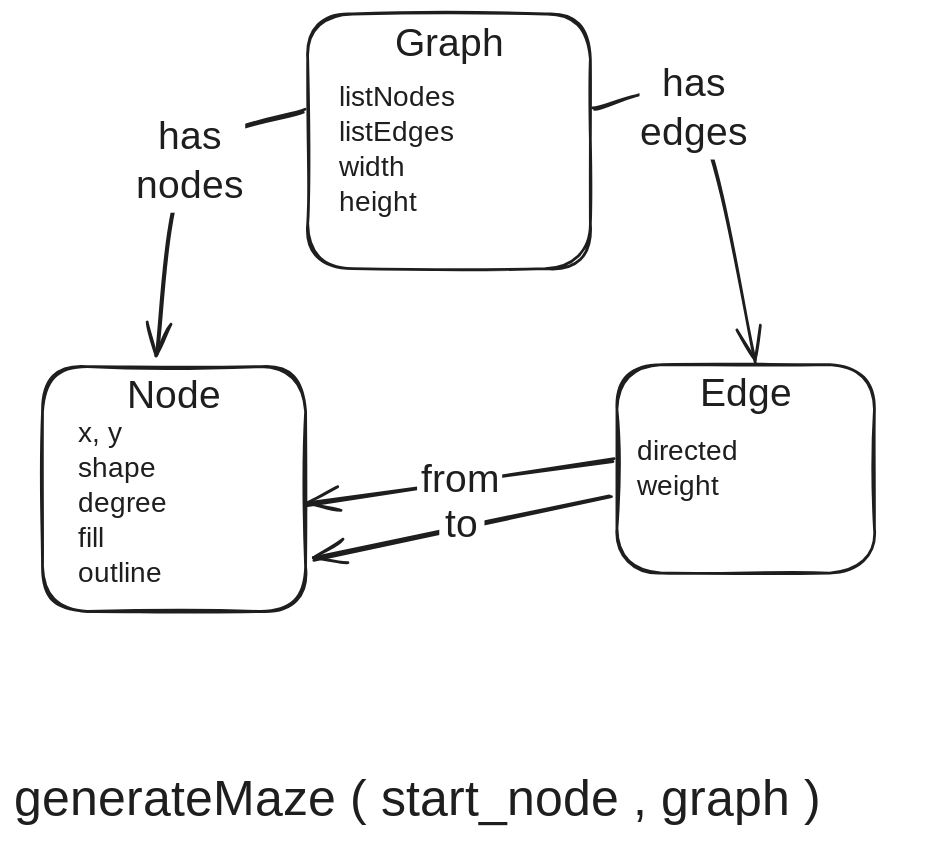
This is public/oop.excalidraw.svg from amarillion/slides-2026-assembly-mazes, a Excalidraw export, as it was before one commit. Source tidied: one line per element, renumbered; positions are measured from the earlier drawing's top-left corner, leaving out a move shared by most shapes.
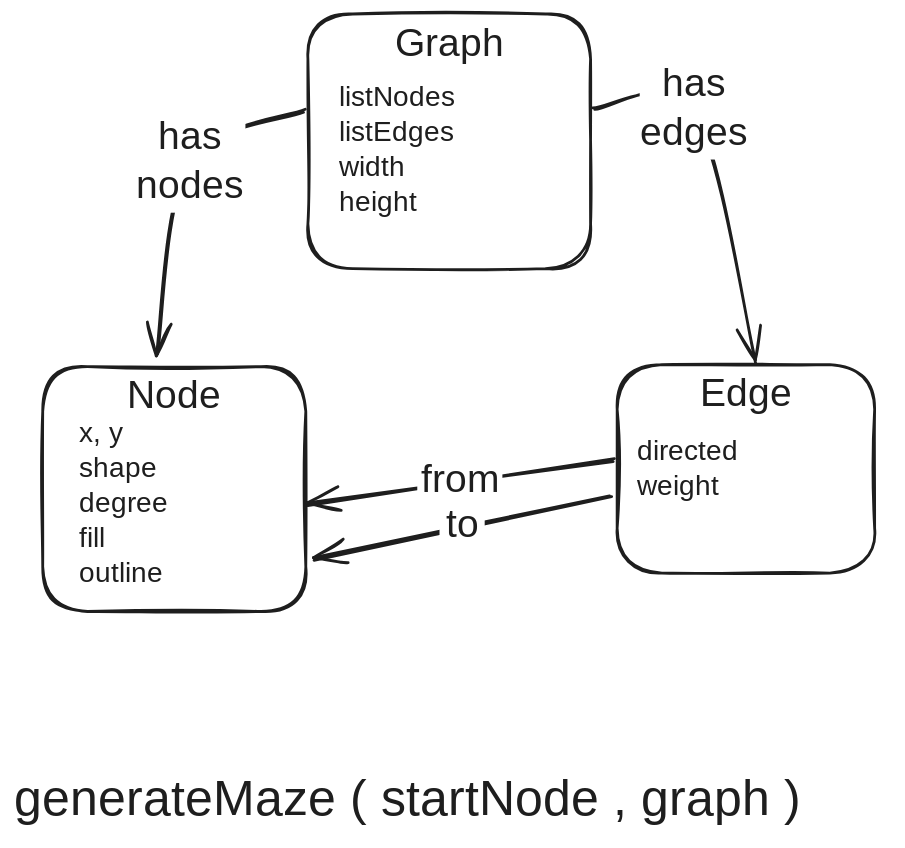
The same file after the commit.

Commit message:
Tweak programming examples

Diff of the diagram source:
```diff
@@ -15,4 +15,4 @@
 {"id": 14, "type": "text", "text": "listNodes\nlistEdges\nwidth\nheight", "strokeColor": "#1e1e1e", "strokeWidth": 2, "roughness": 1, "fontSize": 20, "fontFamily": 5, "verticalAlign": "middle", "x": 232, "y": 48, "width": 107, "height": 100}
 {"id": 15, "type": "text", "text": "x, y\nshape\ndegree\nfill\noutline ", "strokeColor": "#1e1e1e", "strokeWidth": 2, "roughness": 1, "fontSize": 20, "fontFamily": 5, "verticalAlign": "middle", "x": 46, "y": 288, "width": 73, "height": 125}
 {"id": 16, "type": "text", "text": "directed\nweight", "strokeColor": "#1e1e1e", "strokeWidth": 2, "roughness": 1, "fontSize": 20, "fontFamily": 5, "verticalAlign": "middle", "x": 445, "y": 301, "width": 80, "height": 50}
-{"id": 17, "type": "text", "text": "generateMaze ( start_node , graph )", "strokeColor": "#1e1e1e", "strokeWidth": 2, "roughness": 1, "fontSize": 36, "fontFamily": 5, "x": 0, "y": 541, "width": 646, "height": 45}
+{"id": 17, "type": "text", "text": "generateMaze ( startNode , graph )", "strokeColor": "#1e1e1e", "strokeWidth": 2, "roughness": 1, "fontSize": 36, "fontFamily": 5, "x": 0, "y": 541, "width": 626, "height": 45}
```
